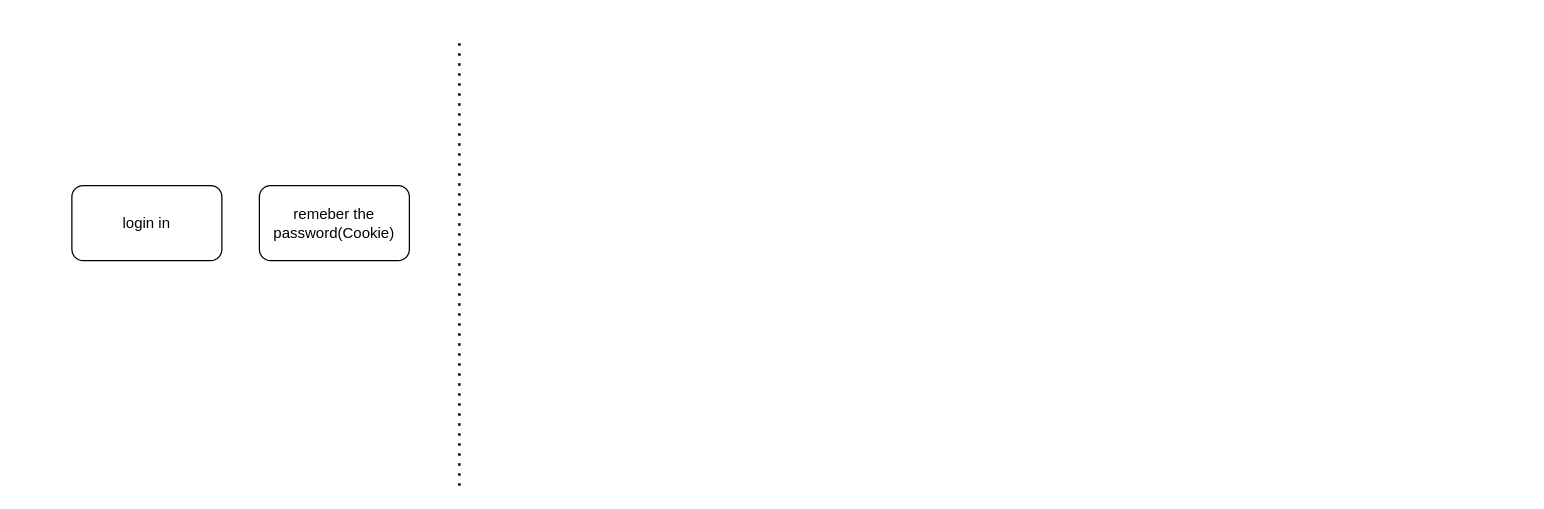
Before: vendoraDesign.drawio in oasisHello/tensorly, a draw.io diagram. Source tidied: cells renumbered, new cells numbered last; positions are measured from the earlier drawing's top-left corner, leaving out a move shared by most shapes. Both pictures are drawn from the tidied source at 125%, with x=0, y=0 at pixel (71, 35).
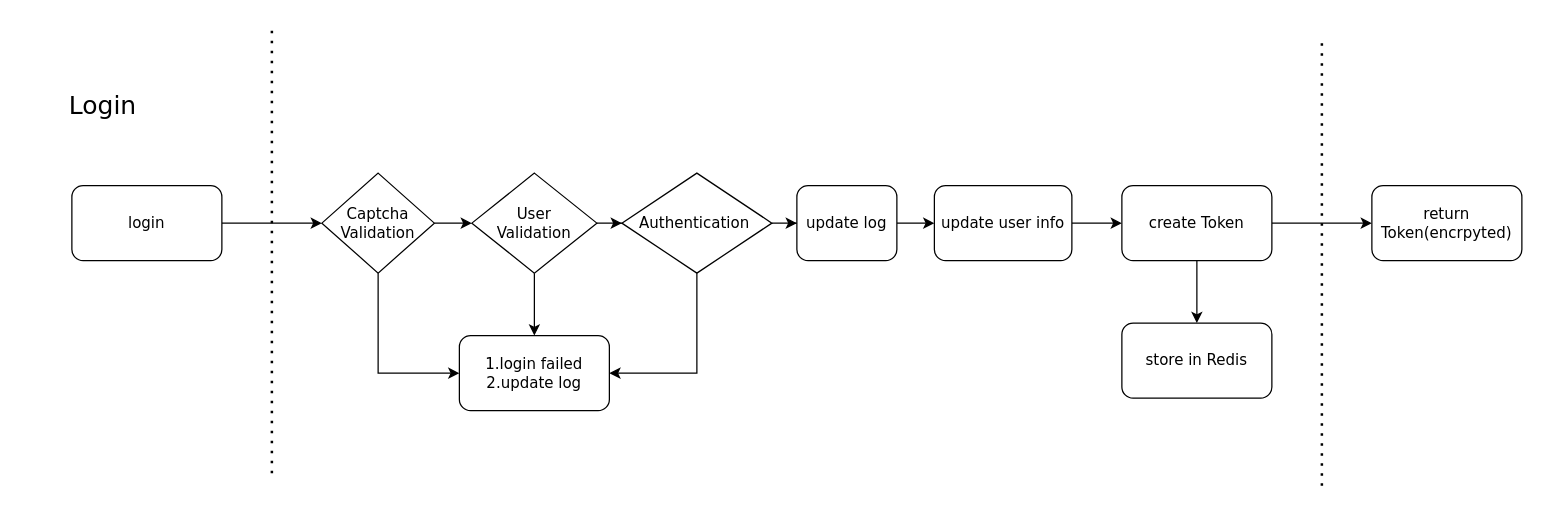
The same page after the edit.

Change to the diagram source:
```diff
@@
+    <mxCell id="5" style="edgeStyle=orthogonalEdgeStyle;rounded=0;jettySize=auto;html=1;fontFamily=Verdana;fontSize=12;" parent="1" edge="1" source="2" target="8">
+      <mxGeometry relative="1" as="geometry" />
+    </mxCell>
-    <mxCell id="2" value="login in" style="rounded=1;whiteSpace=wrap;html=1;" parent="1" vertex="1">
+    <mxCell id="2" value="&lt;font&gt;login&lt;/font&gt;" style="rounded=1;whiteSpace=wrap;html=1;fontFamily=Verdana;fontSize=12;" parent="1" vertex="1">
       <mxGeometry y="120" width="120" height="60" as="geometry" />
     </mxCell>
-    <mxCell id="3" style="endArrow=none;dashed=1;html=1;dashPattern=1 3;strokeWidth=2;rounded=0;" parent="1" edge="1">
+    <mxCell id="3" style="endArrow=none;dashed=1;html=1;dashPattern=1 3;strokeWidth=2;rounded=0;fontFamily=Verdana;fontSize=12;" parent="1" edge="1">
       <mxGeometry relative="1" as="geometry">
-        <mxPoint x="310" y="360" as="sourcePoint" />
-        <mxPoint x="310" as="targetPoint" />
+        <mxPoint x="160" y="350" as="sourcePoint" />
+        <mxPoint x="160" y="-10" as="targetPoint" />
       </mxGeometry>
     </mxCell>
-    <mxCell id="4" value="remeber the password(Cookie)" style="rounded=1;whiteSpace=wrap;html=1;" parent="1" vertex="1">
-      <mxGeometry x="150" y="120" width="120" height="60" as="geometry" />
-    </mxCell>
+    <mxCell id="6" style="edgeStyle=orthogonalEdgeStyle;rounded=0;jettySize=auto;html=1;entryX=0;entryY=0.5;entryDx=0;entryDy=0;" parent="1" edge="1" source="8" target="15">
+      <mxGeometry relative="1" as="geometry">
+        <Array as="points">
+          <mxPoint x="245" y="270" />
+        </Array>
+      </mxGeometry>
+    </mxCell>
+    <mxCell id="7" style="edgeStyle=orthogonalEdgeStyle;rounded=0;jettySize=auto;html=1;" parent="1" edge="1" source="8" target="11">
+      <mxGeometry relative="1" as="geometry" />
+    </mxCell>
+    <mxCell id="8" value="&lt;font&gt;Captcha&lt;br&gt;Validation&lt;/font&gt;" style="rhombus;whiteSpace=wrap;html=1;fontFamily=Verdana;fontSize=12;" parent="1" vertex="1">
+      <mxGeometry x="200" y="110" width="90" height="80" as="geometry" />
+    </mxCell>
+    <mxCell id="9" style="edgeStyle=orthogonalEdgeStyle;rounded=0;jettySize=auto;html=1;" parent="1" edge="1" source="11" target="15">
+      <mxGeometry relative="1" as="geometry" />
+    </mxCell>
+    <mxCell id="10" style="edgeStyle=orthogonalEdgeStyle;rounded=0;jettySize=auto;html=1;" parent="1" edge="1" source="11" target="14">
+      <mxGeometry relative="1" as="geometry" />
+    </mxCell>
+    <mxCell id="11" value="User&lt;div&gt;Validation&lt;/div&gt;" style="rhombus;whiteSpace=wrap;html=1;fontFamily=Verdana;fontSize=12;" parent="1" vertex="1">
+      <mxGeometry x="320" y="110" width="100" height="80" as="geometry" />
+    </mxCell>
+    <mxCell id="12" style="edgeStyle=orthogonalEdgeStyle;rounded=0;jettySize=auto;html=1;entryX=1;entryY=0.5;entryDx=0;entryDy=0;" parent="1" edge="1" source="14" target="15">
+      <mxGeometry relative="1" as="geometry">
+        <Array as="points">
+          <mxPoint x="500" y="270" />
+        </Array>
+      </mxGeometry>
+    </mxCell>
+    <mxCell id="13" style="edgeStyle=orthogonalEdgeStyle;rounded=0;jettySize=auto;html=1;" parent="1" edge="1" source="14" target="17">
+      <mxGeometry relative="1" as="geometry" />
+    </mxCell>
+    <mxCell id="14" value="Authentication&lt;span style=&quot;white-space: pre;&quot;&gt;&#9;&lt;/span&gt;" style="rhombus;whiteSpace=wrap;html=1;fontFamily=Verdana;fontSize=12;align=center;" parent="1" vertex="1">
+      <mxGeometry x="440" y="110" width="120" height="80" as="geometry" />
+    </mxCell>
+    <mxCell id="15" value="1.login failed&lt;div&gt;2.update log&lt;/div&gt;" style="rounded=1;whiteSpace=wrap;html=1;fontFamily=Verdana;align=center;fontSize=12;" parent="1" vertex="1">
+      <mxGeometry x="310" y="240" width="120" height="60" as="geometry" />
+    </mxCell>
+    <mxCell id="16" style="edgeStyle=orthogonalEdgeStyle;rounded=0;jettySize=auto;html=1;" parent="1" edge="1" source="17" target="19">
+      <mxGeometry relative="1" as="geometry" />
+    </mxCell>
+    <mxCell id="17" value="update log" style="rounded=1;whiteSpace=wrap;html=1;fontFamily=Verdana;fontSize=12;" parent="1" vertex="1">
+      <mxGeometry x="580" y="120" width="80" height="60" as="geometry" />
+    </mxCell>
+    <mxCell id="18" style="edgeStyle=orthogonalEdgeStyle;rounded=0;jettySize=auto;html=1;" parent="1" edge="1" source="19" target="22">
+      <mxGeometry relative="1" as="geometry" />
+    </mxCell>
+    <mxCell id="19" value="update user info" style="rounded=1;whiteSpace=wrap;html=1;fontFamily=Verdana;fontSize=12;" parent="1" vertex="1">
+      <mxGeometry x="690" y="120" width="110" height="60" as="geometry" />
+    </mxCell>
+    <mxCell id="20" style="edgeStyle=orthogonalEdgeStyle;rounded=0;jettySize=auto;html=1;" parent="1" edge="1" source="22" target="23">
+      <mxGeometry relative="1" as="geometry" />
+    </mxCell>
+    <mxCell id="21" style="edgeStyle=orthogonalEdgeStyle;rounded=0;jettySize=auto;html=1;" parent="1" edge="1" source="22" target="24">
+      <mxGeometry relative="1" as="geometry" />
+    </mxCell>
+    <mxCell id="22" value="create Token" style="rounded=1;whiteSpace=wrap;html=1;fontFamily=Verdana;fontSize=12;" parent="1" vertex="1">
+      <mxGeometry x="840" y="120" width="120" height="60" as="geometry" />
+    </mxCell>
+    <mxCell id="23" value="store in Redis" style="rounded=1;whiteSpace=wrap;html=1;fontFamily=Verdana;fontSize=12;" parent="1" vertex="1">
+      <mxGeometry x="840" y="230" width="120" height="60" as="geometry" />
+    </mxCell>
+    <mxCell id="24" value="return Token(encrpyted)" style="rounded=1;whiteSpace=wrap;html=1;fontFamily=Verdana;fontSize=12;" parent="1" vertex="1">
+      <mxGeometry x="1040" y="120" width="120" height="60" as="geometry" />
+    </mxCell>
+    <mxCell id="25" style="endArrow=none;dashed=1;html=1;dashPattern=1 3;strokeWidth=2;rounded=0;fontFamily=Verdana;fontSize=12;" parent="1" edge="1">
+      <mxGeometry relative="1" as="geometry">
+        <mxPoint x="1000" y="360" as="sourcePoint" />
+        <mxPoint x="1000" as="targetPoint" />
+      </mxGeometry>
+    </mxCell>
+    <mxCell id="26" value="&lt;font style=&quot;font-size: 20px;&quot; face=&quot;Verdana&quot;&gt;Login&lt;/font&gt;" style="text;html=1;align=center;verticalAlign=middle;whiteSpace=wrap;rounded=0;" parent="1" vertex="1">
+      <mxGeometry x="-40" y="40" width="130" height="30" as="geometry" />
+    </mxCell>
```
